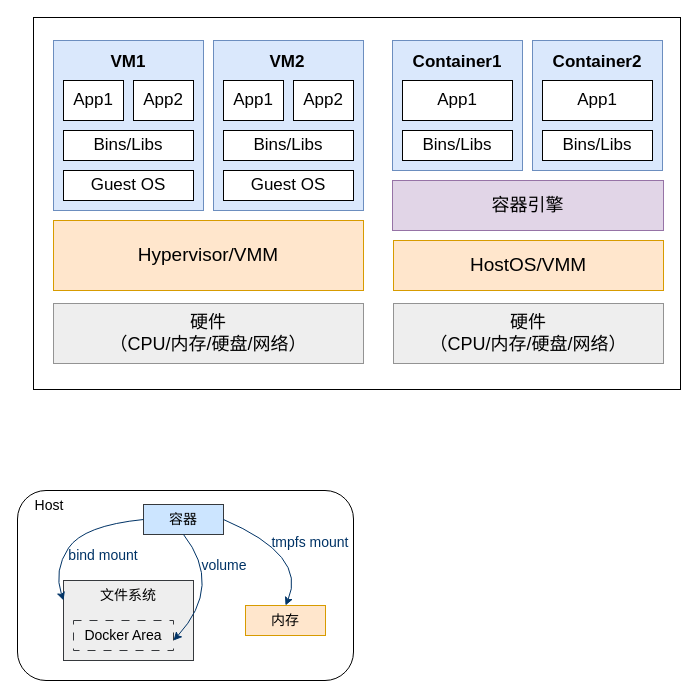
Earlier version of the draw.io diagram 虚拟化_容器.drawio (TouyamaRie/My_pictures). Source tidied: cells renumbered, new cells numbered last; positions are measured from the earlier drawing's top-left corner, leaving out a move shared by most shapes. Both pictures are drawn from the tidied source at 100%, with x=0, y=0 at pixel (17, 17).
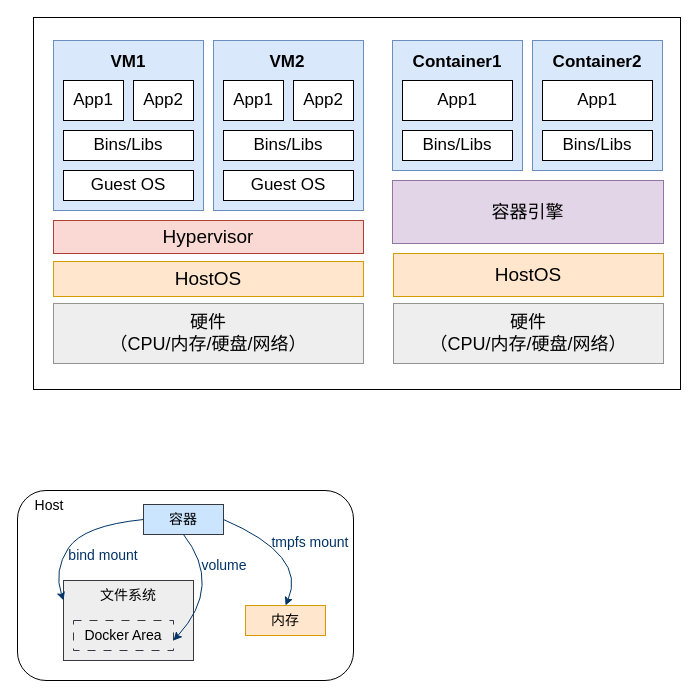
The same diagram, later.

Commit message:
更新虚拟化_容器.drawio

The edit, as a diff of the source:
```diff
@@
-    <mxCell id="7" value="&lt;font style=&quot;font-size: 19px;&quot;&gt;Hypervisor/VMM&lt;/font&gt;" style="rounded=0;whiteSpace=wrap;html=1;fillColor=#ffe6cc;strokeColor=#d79b00;" parent="1" vertex="1">
-      <mxGeometry x="36" y="203" width="310" height="70" as="geometry" />
+    <mxCell id="7" value="&lt;font style=&quot;font-size: 19px;&quot;&gt;Hypervisor&lt;/font&gt;" style="rounded=0;whiteSpace=wrap;html=1;fillColor=#fad9d5;strokeColor=#ae4132;" parent="1" vertex="1">
+      <mxGeometry x="36" y="203" width="310" height="33" as="geometry" />
     </mxCell>
-    <mxCell id="8" value="&lt;font style=&quot;font-size: 19px;&quot;&gt;HostOS/VMM&lt;/font&gt;" style="rounded=0;whiteSpace=wrap;html=1;fillColor=#ffe6cc;strokeColor=#d79b00;" parent="1" vertex="1">
-      <mxGeometry x="376" y="223" width="270" height="50" as="geometry" />
+    <mxCell id="8" value="&lt;font style=&quot;font-size: 19px;&quot;&gt;HostOS&lt;/font&gt;" style="rounded=0;whiteSpace=wrap;html=1;fillColor=#ffe6cc;strokeColor=#d79b00;" parent="1" vertex="1">
+      <mxGeometry x="376" y="236" width="270" height="43" as="geometry" />
     </mxCell>
     <mxCell id="9" value="&lt;font style=&quot;font-size: 18px;&quot;&gt;容器引擎&lt;/font&gt;" style="rounded=0;whiteSpace=wrap;html=1;fillColor=#e1d5e7;strokeColor=#9673a6;" parent="1" vertex="1">
-      <mxGeometry x="375" y="163" width="271" height="50" as="geometry" />
+      <mxGeometry x="375" y="163" width="271" height="63" as="geometry" />
     </mxCell>
@@
+    <mxCell id="41" value="&lt;font style=&quot;font-size: 19px;&quot;&gt;HostOS&lt;/font&gt;" style="rounded=0;whiteSpace=wrap;html=1;fillColor=#ffe6cc;strokeColor=#d79b00;" parent="1" vertex="1">
+      <mxGeometry x="36" y="244" width="310" height="35" as="geometry" />
+    </mxCell>
```
